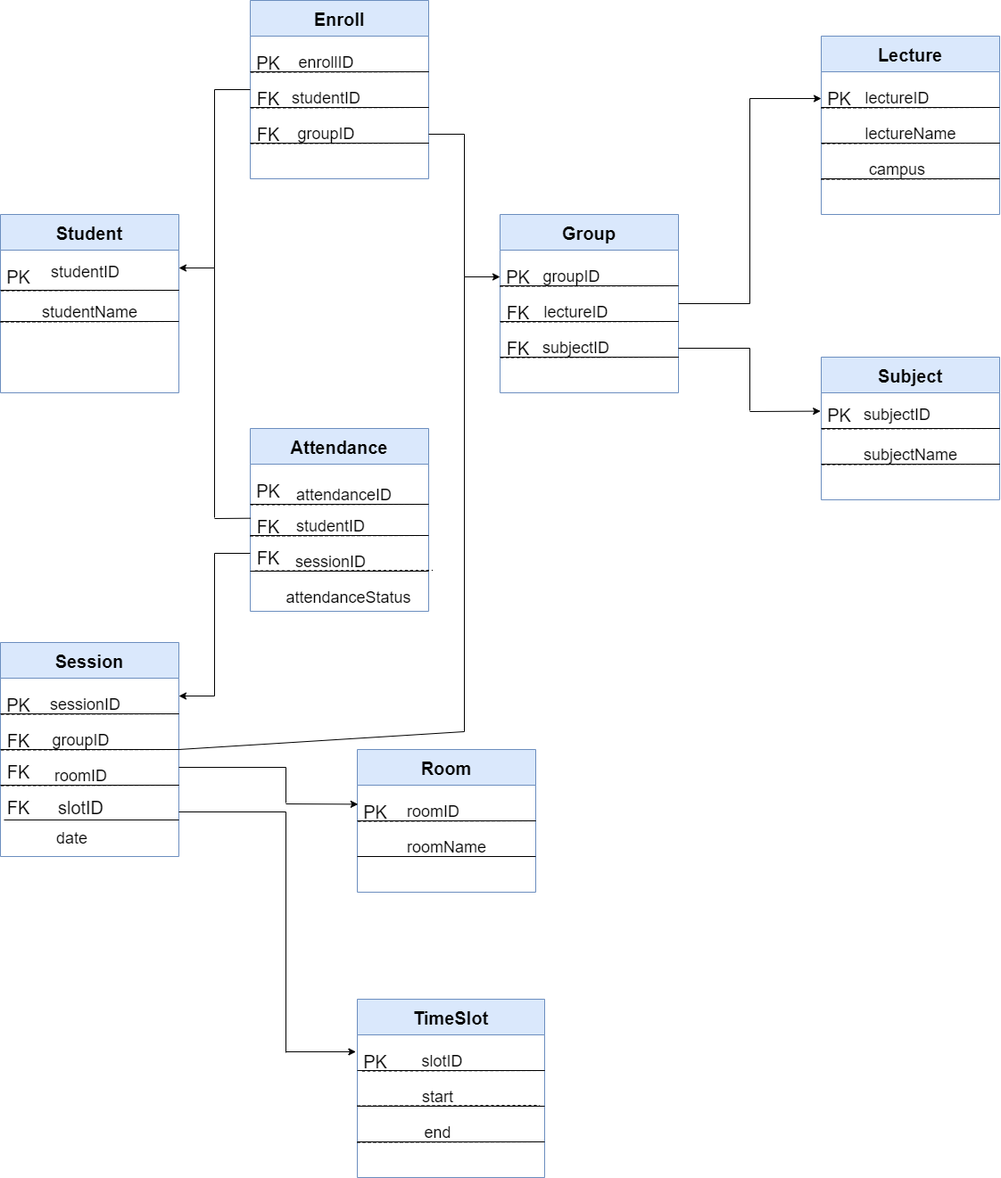
Before: document/DBI.drawio.png, a diagram exported from draw.io (dungdt23/PRJ301_MyAssignment). Source tidied: cells renumbered, new cells last; positions are measured from the earlier drawing's top-left corner, leaving out a move shared by most shapes.
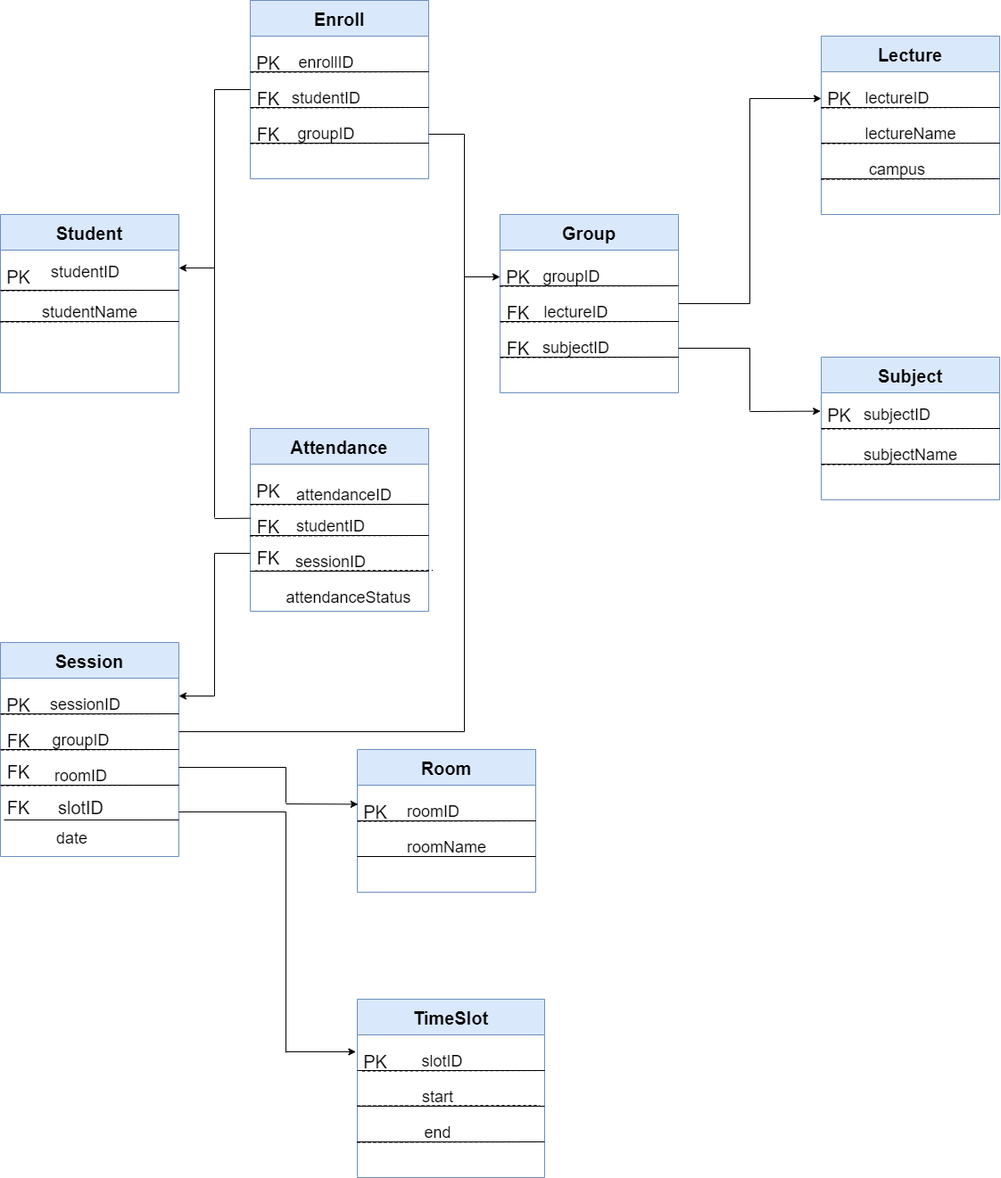
The same file after the commit.

What changed in the source:
```diff
@@ -534,8 +534,9 @@
     <mxCell id="118" value="&lt;font style=&quot;font-size: 18px;&quot;&gt;attendanceStatus&lt;/font&gt;" style="text;html=1;align=center;verticalAlign=middle;strokeColor=none;fillColor=none;" parent="105" vertex="1">
       <mxGeometry x="30" y="180" width="160" height="20" as="geometry" />
     </mxCell>
-    <mxCell id="119" style="endArrow=none;html=1;rounded=0;fontSize=20;exitX=1;exitY=0.5;exitDx=0;exitDy=0;" parent="1" edge="1" source="84">
+    <mxCell id="119" style="endArrow=none;html=1;rounded=0;fontSize=20;" parent="1" edge="1">
       <mxGeometry relative="1" as="geometry">
+        <mxPoint x="200" y="820" as="sourcePoint" />
         <mxPoint x="520" y="820" as="targetPoint" />
       </mxGeometry>
     </mxCell>
```
